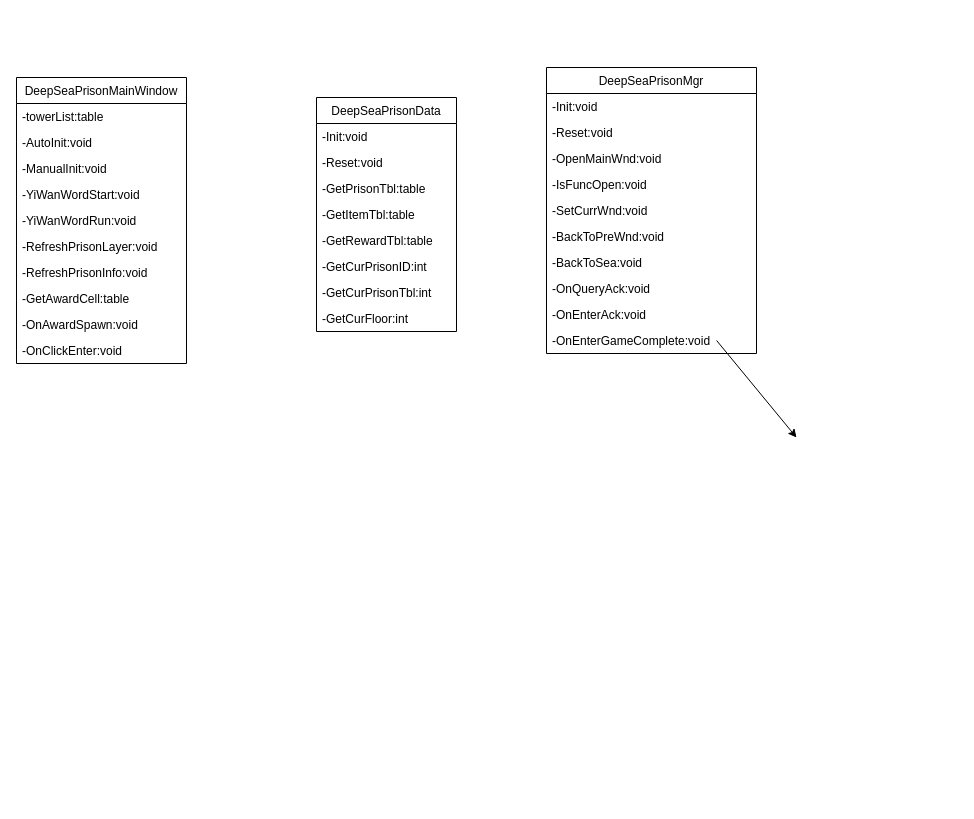
Earlier version of the draw.io diagram Untitled Diagram.drawio (PeterZHQ/StudyRoad). Source tidied: cells renumbered, new cells numbered last; positions are measured from the earlier drawing's top-left corner, leaving out a move shared by most shapes. Both pictures are drawn from the tidied source at 100%, with x=0, y=0 at pixel (16, 67).
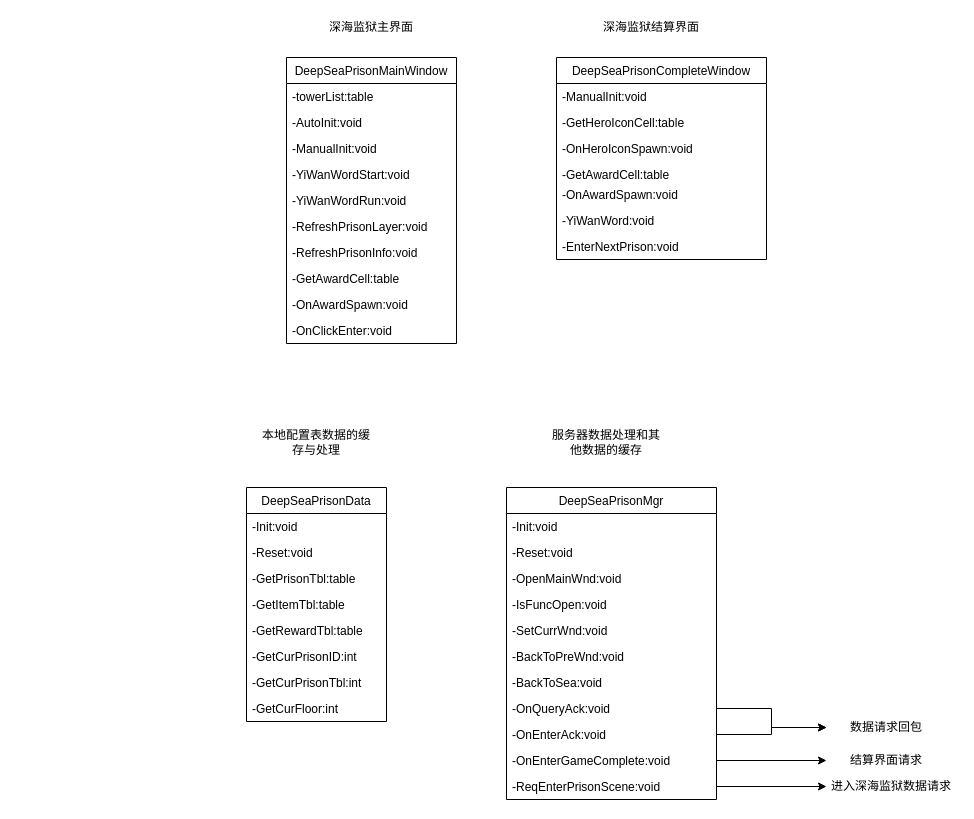
The same diagram, later.

Unchanged cells that the change refers to:
```xml
<mxCell id="30" value="-OnQueryAck:void" style="text;strokeColor=none;fillColor=none;align=left;verticalAlign=top;spacingLeft=4;spacingRight=4;overflow=hidden;points=[[0,0.5],[1,0.5]];portConstraint=eastwest;" parent="22" vertex="1">
  <mxGeometry y="208" width="210" height="26" as="geometry" />
</mxCell>
<mxCell id="31" value="-OnEnterAck:void" style="text;strokeColor=none;fillColor=none;align=left;verticalAlign=top;spacingLeft=4;spacingRight=4;overflow=hidden;points=[[0,0.5],[1,0.5]];portConstraint=eastwest;" parent="22" vertex="1">
  <mxGeometry y="234" width="210" height="26" as="geometry" />
</mxCell>
<mxCell id="33" value="-OnEnterGameComplete:void" style="text;strokeColor=none;fillColor=none;align=left;verticalAlign=top;spacingLeft=4;spacingRight=4;overflow=hidden;points=[[0,0.5],[1,0.5]];portConstraint=eastwest;" parent="22" vertex="1">
  <mxGeometry y="260" width="210" height="26" as="geometry" />
</mxCell>
```

What changed in the source:
```diff
@@
     <mxCell id="2" value="DeepSeaPrisonMainWindow" style="swimlane;fontStyle=0;horizontal=1;startSize=26;fillColor=none;" parent="1" vertex="1">
-      <mxGeometry y="10" width="170" height="286" as="geometry" />
+      <mxGeometry x="270" y="-10" width="170" height="286" as="geometry" />
     </mxCell>
@@
+    <mxCell id="34" value="服务器数据处理和其他数据的缓存" style="text;html=1;strokeColor=none;fillColor=none;align=center;verticalAlign=middle;whiteSpace=wrap;rounded=0;" parent="1" vertex="1">
+      <mxGeometry x="530" y="350" width="120" height="50" as="geometry" />
+    </mxCell>
+    <mxCell id="35" value="本地配置表数据的缓存与处理" style="text;html=1;strokeColor=none;fillColor=none;align=center;verticalAlign=middle;whiteSpace=wrap;rounded=0;" parent="1" vertex="1">
+      <mxGeometry x="240" y="355" width="120" height="40" as="geometry" />
+    </mxCell>
+    <mxCell id="36" style="edgeStyle=orthogonalEdgeStyle;rounded=0;jettySize=auto;html=1;" parent="1" edge="1" source="45" target="37">
+      <mxGeometry relative="1" as="geometry" />
+    </mxCell>
+    <mxCell id="37" value="进入深海监狱数据请求" style="text;html=1;strokeColor=none;fillColor=none;align=center;verticalAlign=middle;whiteSpace=wrap;rounded=0;" parent="1" vertex="1">
+      <mxGeometry x="810" y="709" width="130" height="20" as="geometry" />
+    </mxCell>
+    <mxCell id="38" style="edgeStyle=orthogonalEdgeStyle;rounded=0;jettySize=auto;html=1;" parent="1" edge="1" source="33" target="39">
+      <mxGeometry relative="1" as="geometry" />
+    </mxCell>
+    <mxCell id="39" value="结算界面请求" style="text;html=1;strokeColor=none;fillColor=none;align=center;verticalAlign=middle;whiteSpace=wrap;rounded=0;" parent="1" vertex="1">
+      <mxGeometry x="810" y="683" width="120" height="20" as="geometry" />
+    </mxCell>
+    <mxCell id="40" style="edgeStyle=orthogonalEdgeStyle;rounded=0;jettySize=auto;html=1;entryX=0;entryY=0.5;entryDx=0;entryDy=0;" parent="1" edge="1" source="30" target="42">
+      <mxGeometry relative="1" as="geometry" />
+    </mxCell>
+    <mxCell id="41" style="edgeStyle=orthogonalEdgeStyle;rounded=0;jettySize=auto;html=1;" parent="1" edge="1" source="31" target="42">
+      <mxGeometry relative="1" as="geometry" />
+    </mxCell>
+    <mxCell id="42" value="数据请求回包" style="text;html=1;strokeColor=none;fillColor=none;align=center;verticalAlign=middle;whiteSpace=wrap;rounded=0;" parent="1" vertex="1">
+      <mxGeometry x="810" y="650" width="120" height="20" as="geometry" />
+    </mxCell>
+    <mxCell id="43" value="深海监狱主界面" style="text;html=1;strokeColor=none;fillColor=none;align=center;verticalAlign=middle;whiteSpace=wrap;rounded=0;" parent="1" vertex="1">
+      <mxGeometry x="270" y="-50" width="170" height="20" as="geometry" />
+    </mxCell>
+    <mxCell id="44" value="深海监狱结算界面" style="text;html=1;strokeColor=none;fillColor=none;align=center;verticalAlign=middle;whiteSpace=wrap;rounded=0;" parent="1" vertex="1">
+      <mxGeometry x="550" y="-50" width="170" height="20" as="geometry" />
+    </mxCell>
     <mxCell id="13" value="DeepSeaPrisonData" style="swimlane;fontStyle=0;horizontal=1;startSize=26;fillColor=none;" parent="1" vertex="1">
-      <mxGeometry x="300" y="30" width="140" height="234" as="geometry" />
+      <mxGeometry x="230" y="420" width="140" height="234" as="geometry" />
     </mxCell>
@@
     <mxCell id="22" value="DeepSeaPrisonMgr" style="swimlane;fontStyle=0;horizontal=1;startSize=26;fillColor=none;" parent="1" vertex="1">
-      <mxGeometry x="530" width="210" height="286" as="geometry" />
+      <mxGeometry x="490" y="420" width="210" height="312" as="geometry" />
     </mxCell>
@@
-    <mxCell id="32" style="endArrow=classic;html=1;exitX=0.81;exitY=0.5;exitDx=0;exitDy=0;exitPerimeter=0;" parent="22" edge="1" source="33">
-      <mxGeometry relative="1" as="geometry">
-        <mxPoint x="250" y="370" as="targetPoint" />
-      </mxGeometry>
-    </mxCell>
@@
+    <mxCell id="45" value="-ReqEnterPrisonScene:void" style="text;strokeColor=none;fillColor=none;align=left;verticalAlign=top;spacingLeft=4;spacingRight=4;overflow=hidden;points=[[0,0.5],[1,0.5]];portConstraint=eastwest;" parent="22" vertex="1">
+      <mxGeometry y="286" width="210" height="26" as="geometry" />
+    </mxCell>
+    <mxCell id="46" value="DeepSeaPrisonCompleteWindow" style="swimlane;fontStyle=0;horizontal=1;startSize=26;fillColor=none;" parent="1" vertex="1">
+      <mxGeometry x="540" y="-10" width="210" height="202" as="geometry" />
+    </mxCell>
+    <mxCell id="47" value="-ManualInit:void" style="text;strokeColor=none;fillColor=none;align=left;verticalAlign=top;spacingLeft=4;spacingRight=4;overflow=hidden;" parent="46" vertex="1">
+      <mxGeometry y="26" width="210" height="26" as="geometry" />
+    </mxCell>
+    <mxCell id="48" value="-GetHeroIconCell:table" style="text;strokeColor=none;fillColor=none;align=left;verticalAlign=top;spacingLeft=4;spacingRight=4;overflow=hidden;" parent="46" vertex="1">
+      <mxGeometry y="52" width="210" height="26" as="geometry" />
+    </mxCell>
+    <mxCell id="49" value="-OnHeroIconSpawn:void" style="text;strokeColor=none;fillColor=none;align=left;verticalAlign=top;spacingLeft=4;spacingRight=4;overflow=hidden;" parent="46" vertex="1">
+      <mxGeometry y="78" width="210" height="26" as="geometry" />
+    </mxCell>
+    <mxCell id="50" value="-GetAwardCell:table" style="text;strokeColor=none;fillColor=none;align=left;verticalAlign=top;spacingLeft=4;spacingRight=4;overflow=hidden;" parent="46" vertex="1">
+      <mxGeometry y="104" width="210" height="20" as="geometry" />
+    </mxCell>
+    <mxCell id="51" value="-OnAwardSpawn:void" style="text;strokeColor=none;fillColor=none;align=left;verticalAlign=top;spacingLeft=4;spacingRight=4;overflow=hidden;" parent="46" vertex="1">
+      <mxGeometry y="124" width="210" height="26" as="geometry" />
+    </mxCell>
+    <mxCell id="52" value="-YiWanWord:void" style="text;strokeColor=none;fillColor=none;align=left;verticalAlign=top;spacingLeft=4;spacingRight=4;overflow=hidden;" parent="46" vertex="1">
+      <mxGeometry y="150" width="210" height="26" as="geometry" />
+    </mxCell>
+    <mxCell id="53" value="-EnterNextPrison:void" style="text;strokeColor=none;fillColor=none;align=left;verticalAlign=top;spacingLeft=4;spacingRight=4;overflow=hidden;" parent="46" vertex="1">
+      <mxGeometry y="176" width="210" height="26" as="geometry" />
+    </mxCell>
```
